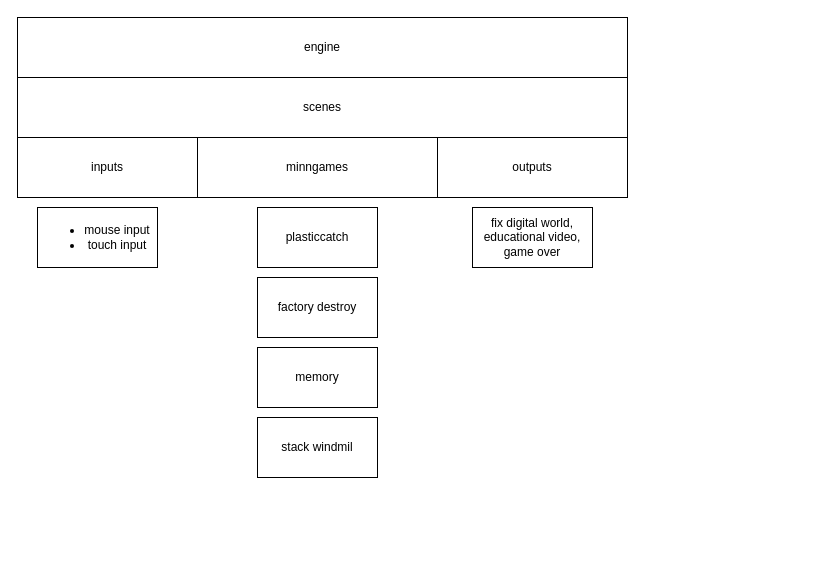
Before: Untitled Diagram.drawio in vives-project-xp/EducationalGame2, a draw.io diagram. Source tidied: cells renumbered, new cells numbered last; positions are measured from the earlier drawing's top-left corner, leaving out a move shared by most shapes. Both pictures are drawn from the tidied source at 100%, with x=0, y=0 at pixel (17, 17).
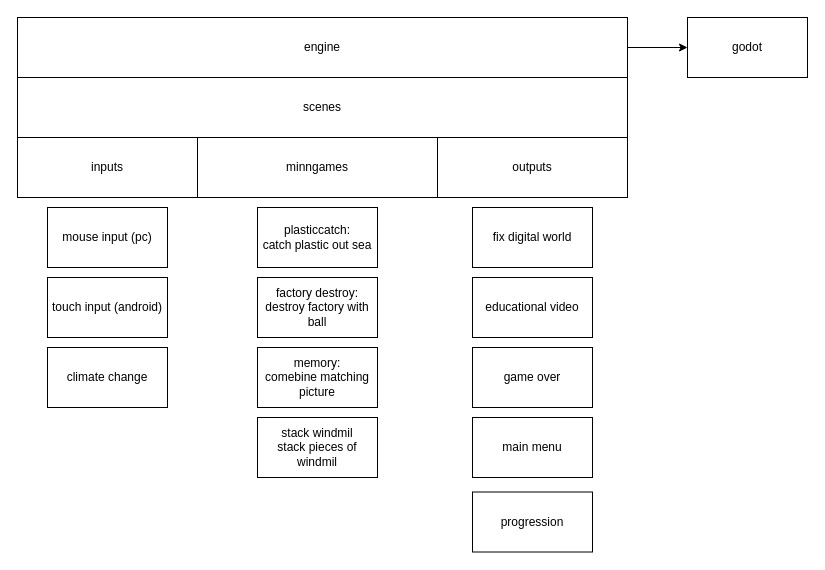
The same diagram, later.

The change refers to these unchanged cells:
```xml
<mxCell id="2" value="engine" style="rounded=0;whiteSpace=wrap;html=1;" parent="1" vertex="1">
  <mxGeometry width="610" height="60" as="geometry" />
</mxCell>
```

The edit, as a diff of the source:
```diff
@@
+    <mxCell id="13" style="edgeStyle=orthogonalEdgeStyle;rounded=0;jettySize=auto;html=1;entryX=0;entryY=0.5;entryDx=0;entryDy=0;" parent="1" edge="1" source="2" target="14">
+      <mxGeometry relative="1" as="geometry" />
+    </mxCell>
@@
-    <mxCell id="7" value="&lt;ul&gt;&lt;li&gt;mouse input&lt;/li&gt;&lt;li&gt;touch input&lt;/li&gt;&lt;/ul&gt;" style="rounded=0;whiteSpace=wrap;html=1;" parent="1" vertex="1">
-      <mxGeometry x="20" y="190" width="120" height="60" as="geometry" />
-    </mxCell>
-    <mxCell id="8" value="plasticcatch" style="rounded=0;whiteSpace=wrap;html=1;" parent="1" vertex="1">
+    <mxCell id="8" value="plasticcatch:&lt;br&gt;catch plastic out sea" style="rounded=0;whiteSpace=wrap;html=1;" parent="1" vertex="1">
       <mxGeometry x="240" y="190" width="120" height="60" as="geometry" />
     </mxCell>
-    <mxCell id="9" value="memory" style="rounded=0;whiteSpace=wrap;html=1;" parent="1" vertex="1">
+    <mxCell id="9" value="memory:&lt;br&gt;comebine matching picture" style="rounded=0;whiteSpace=wrap;html=1;" parent="1" vertex="1">
       <mxGeometry x="240" y="330" width="120" height="60" as="geometry" />
     </mxCell>
-    <mxCell id="10" value="factory destroy" style="rounded=0;whiteSpace=wrap;html=1;" parent="1" vertex="1">
+    <mxCell id="10" value="factory destroy:&lt;br&gt;destroy factory with ball" style="rounded=0;whiteSpace=wrap;html=1;" parent="1" vertex="1">
       <mxGeometry x="240" y="260" width="120" height="60" as="geometry" />
     </mxCell>
-    <mxCell id="11" value="stack windmil" style="rounded=0;whiteSpace=wrap;html=1;" parent="1" vertex="1">
+    <mxCell id="11" value="stack windmil&lt;br&gt;stack pieces of windmil" style="rounded=0;whiteSpace=wrap;html=1;" parent="1" vertex="1">
       <mxGeometry x="240" y="400" width="120" height="60" as="geometry" />
     </mxCell>
-    <mxCell id="12" value="&lt;span style=&quot;background-color: initial;&quot;&gt;fix digital world, educational video, game over&lt;/span&gt;" style="rounded=0;whiteSpace=wrap;html=1;align=center;" parent="1" vertex="1">
+    <mxCell id="12" value="&lt;span style=&quot;background-color: initial;&quot;&gt;fix digital world&lt;/span&gt;" style="rounded=0;whiteSpace=wrap;html=1;align=center;" parent="1" vertex="1">
       <mxGeometry x="455" y="190" width="120" height="60" as="geometry" />
     </mxCell>
+    <mxCell id="14" value="godot" style="rounded=0;whiteSpace=wrap;html=1;" parent="1" vertex="1">
+      <mxGeometry x="670" width="120" height="60" as="geometry" />
+    </mxCell>
+    <mxCell id="15" value="educational video" style="rounded=0;whiteSpace=wrap;html=1;" parent="1" vertex="1">
+      <mxGeometry x="455" y="260" width="120" height="60" as="geometry" />
+    </mxCell>
+    <mxCell id="16" value="game over" style="rounded=0;whiteSpace=wrap;html=1;" parent="1" vertex="1">
+      <mxGeometry x="455" y="330" width="120" height="60" as="geometry" />
+    </mxCell>
+    <mxCell id="17" value="main menu" style="rounded=0;whiteSpace=wrap;html=1;" parent="1" vertex="1">
+      <mxGeometry x="455" y="400" width="120" height="60" as="geometry" />
+    </mxCell>
+    <mxCell id="18" value="progression" style="rounded=0;whiteSpace=wrap;html=1;" parent="1" vertex="1">
+      <mxGeometry x="455" y="474.5" width="120" height="60" as="geometry" />
+    </mxCell>
+    <mxCell id="19" value="mouse input (pc)" style="rounded=0;whiteSpace=wrap;html=1;" parent="1" vertex="1">
+      <mxGeometry x="30" y="190" width="120" height="60" as="geometry" />
+    </mxCell>
+    <mxCell id="20" value="touch input (android)" style="rounded=0;whiteSpace=wrap;html=1;" parent="1" vertex="1">
+      <mxGeometry x="30" y="260" width="120" height="60" as="geometry" />
+    </mxCell>
+    <mxCell id="21" value="climate change" style="rounded=0;whiteSpace=wrap;html=1;" parent="1" vertex="1">
+      <mxGeometry x="30" y="330" width="120" height="60" as="geometry" />
+    </mxCell>
```
